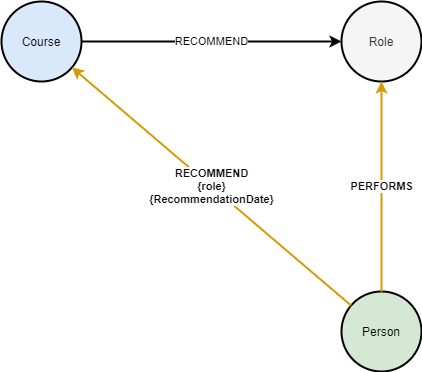
This is images/S2.png from EnglishSid/DPFCourses, a draw.io export, as it was before one commit. Source tidied: cells renumbered, new cells last; positions are measured from the earlier drawing's top-left corner, leaving out a move shared by most shapes.
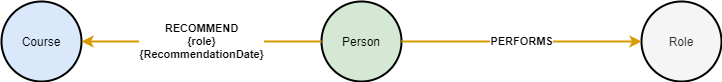
Later version of the same file.

The edit, as a diff of the source:
```diff
@@ -3,16 +3,13 @@
     <mxCell id="0" />
     <mxCell id="1" parent="0" />
     <mxCell id="2" value="Course" style="ellipse;whiteSpace=wrap;html=1;strokeWidth=2;fillColor=#dae8fc;" parent="1" vertex="1">
-      <mxGeometry width="80" height="80" as="geometry" />
+      <mxGeometry x="-30" width="80" height="80" as="geometry" />
     </mxCell>
     <mxCell id="3" value="Role" style="ellipse;whiteSpace=wrap;html=1;strokeWidth=2;fillColor=#f5f5f5;fontColor=#333333;" parent="1" vertex="1">
-      <mxGeometry x="340" width="80" height="80" as="geometry" />
+      <mxGeometry x="610" width="80" height="80" as="geometry" />
     </mxCell>
-    <mxCell id="4" value="RECOMMEND" style="endArrow=classic;html=1;exitX=1;exitY=0.5;exitDx=0;exitDy=0;entryX=0;entryY=0.5;entryDx=0;entryDy=0;strokeWidth=2;fontStyle=0;" parent="1" edge="1" source="2" target="3">
-      <mxGeometry relative="1" as="geometry" />
-    </mxCell>
     <mxCell id="5" value="Person" style="ellipse;whiteSpace=wrap;html=1;strokeWidth=2;fillColor=#d5e8d4;" parent="1" vertex="1">
-      <mxGeometry x="340" y="290" width="80" height="80" as="geometry" />
+      <mxGeometry x="290" width="80" height="80" as="geometry" />
     </mxCell>
     <mxCell id="6" value="PERFORMS" style="endArrow=classic;html=1;strokeWidth=2;fillColor=#ffe6cc;strokeColor=#d79b00;fontStyle=1;" parent="1" edge="1" source="5" target="3">
       <mxGeometry relative="1" as="geometry" />
```
